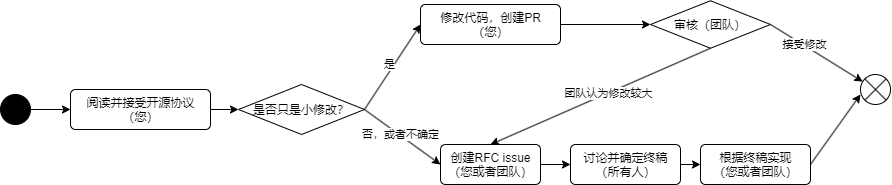
This is docs/docs/contribution/process.png from PKUHPC/OpenSCOW, a draw.io export, as it was before one commit. Source tidied: cells renumbered, new cells last; positions are measured from the earlier drawing's top-left corner, leaving out a move shared by most shapes.
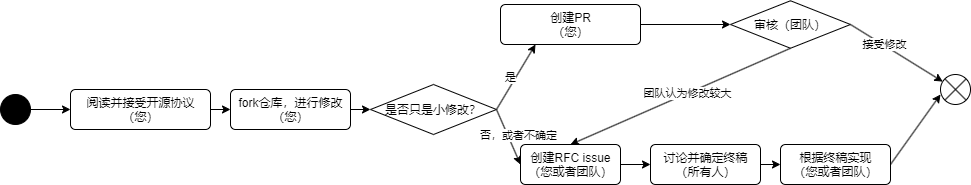
Above is the later version.

What changed in the source:
```diff
@@ -6,13 +6,16 @@
       <mxGeometry relative="1" as="geometry" />
     </mxCell>
     <mxCell id="3" style="ellipse;fillColor=strokeColor;" parent="1" vertex="1">
-      <mxGeometry y="94" width="30" height="30" as="geometry" />
+      <mxGeometry x="-80" y="94" width="30" height="30" as="geometry" />
     </mxCell>
-    <mxCell id="4" style="edgeStyle=none;html=1;exitX=1;exitY=0.5;exitDx=0;exitDy=0;" parent="1" edge="1" source="5" target="10">
+    <mxCell id="4" style="edgeStyle=none;html=1;exitX=1;exitY=0.5;exitDx=0;exitDy=0;startArrow=none;" parent="1" edge="1" source="26" target="10">
       <mxGeometry relative="1" as="geometry" />
     </mxCell>
+    <mxCell id="25" style="edgeStyle=none;html=1;exitX=1;exitY=0.5;exitDx=0;exitDy=0;entryX=0;entryY=0.5;entryDx=0;entryDy=0;" parent="1" edge="1" source="5" target="26">
+      <mxGeometry relative="1" as="geometry" />
+    </mxCell>
     <mxCell id="5" value="阅读并接受开源协议&lt;br&gt;（您）" style="html=1;align=center;verticalAlign=top;rounded=1;absoluteArcSize=1;arcSize=10;dashed=0;" parent="1" vertex="1">
-      <mxGeometry x="70" y="89" width="140" height="40" as="geometry" />
+      <mxGeometry x="-10" y="89" width="140" height="40" as="geometry" />
     </mxCell>
     <mxCell id="6" style="edgeStyle=none;html=1;exitX=1;exitY=0.5;exitDx=0;exitDy=0;entryX=0;entryY=0.5;entryDx=0;entryDy=0;" parent="1" edge="1" source="10" target="16">
       <mxGeometry relative="1" as="geometry" />
@@ -22,7 +25,7 @@
         <mxPoint x="13" y="9" as="offset" />
       </mxGeometry>
     </mxCell>
-    <mxCell id="8" style="edgeStyle=none;html=1;entryX=0;entryY=0.5;entryDx=0;entryDy=0;exitX=1;exitY=0.5;exitDx=0;exitDy=0;" parent="1" edge="1" source="10" target="14">
+    <mxCell id="8" style="edgeStyle=none;html=1;entryX=0.25;entryY=1;entryDx=0;entryDy=0;exitX=1;exitY=0.5;exitDx=0;exitDy=0;" parent="1" edge="1" source="10" target="14">
       <mxGeometry relative="1" as="geometry" />
     </mxCell>
     <mxCell id="9" value="是" style="edgeLabel;html=1;align=center;verticalAlign=middle;" parent="8" vertex="1">
@@ -31,7 +34,7 @@
       </mxGeometry>
     </mxCell>
     <mxCell id="10" value="是否只是小修改？" style="rhombus;" parent="1" vertex="1">
-      <mxGeometry x="238" y="84" width="126" height="50" as="geometry" />
+      <mxGeometry x="290" y="84" width="126" height="50" as="geometry" />
     </mxCell>
     <mxCell id="11" style="edgeStyle=none;html=1;exitX=1;exitY=0.5;exitDx=0;exitDy=0;" parent="1" edge="1" source="24" target="21">
       <mxGeometry relative="1" as="geometry" />
@@ -42,7 +45,7 @@
     <mxCell id="13" style="edgeStyle=none;html=1;exitX=1;exitY=0.5;exitDx=0;exitDy=0;entryX=0;entryY=0.5;entryDx=0;entryDy=0;" parent="1" edge="1" source="14" target="24">
       <mxGeometry relative="1" as="geometry" />
     </mxCell>
-    <mxCell id="14" value="修改代码，创建PR&lt;br&gt;（您）" style="html=1;align=center;verticalAlign=top;rounded=1;absoluteArcSize=1;arcSize=10;dashed=0;" parent="1" vertex="1">
+    <mxCell id="14" value="创建PR&lt;br&gt;（您）" style="html=1;align=center;verticalAlign=top;rounded=1;absoluteArcSize=1;arcSize=10;dashed=0;" parent="1" vertex="1">
       <mxGeometry x="420" y="4" width="140" height="40" as="geometry" />
     </mxCell>
     <mxCell id="15" style="edgeStyle=none;html=1;exitX=1;exitY=0.5;exitDx=0;exitDy=0;entryX=0;entryY=0.5;entryDx=0;entryDy=0;" parent="1" edge="1" source="16" target="18">
@@ -79,5 +82,8 @@
     <mxCell id="24" value="审核（团队）" style="rhombus;" parent="1" vertex="1">
       <mxGeometry x="650" y="0.2" width="120" height="47.5" as="geometry" />
     </mxCell>
+    <mxCell id="26" value="fork仓库，进行修改&lt;br&gt;（您）" style="html=1;align=center;verticalAlign=top;rounded=1;absoluteArcSize=1;arcSize=10;dashed=0;" parent="1" vertex="1">
+      <mxGeometry x="150" y="89" width="120" height="40" as="geometry" />
+    </mxCell>
   </root>
 </mxGraphModel>
```
